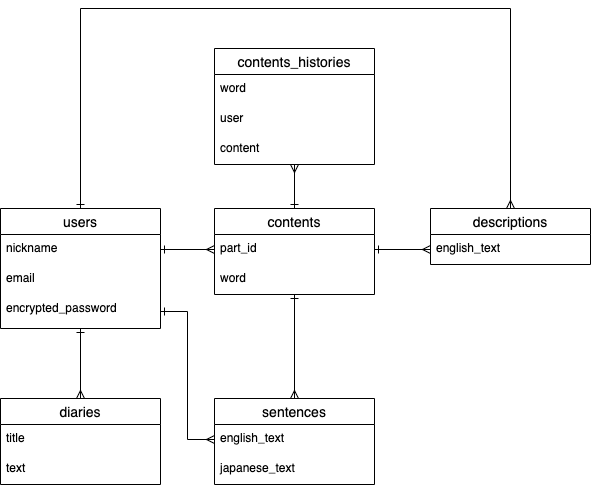
Earlier version of the draw.io export ER.drawio.png (Chukoto/wordstock). Source tidied: cells renumbered, new cells last; positions are measured from the earlier drawing's top-left corner, leaving out a move shared by most shapes.
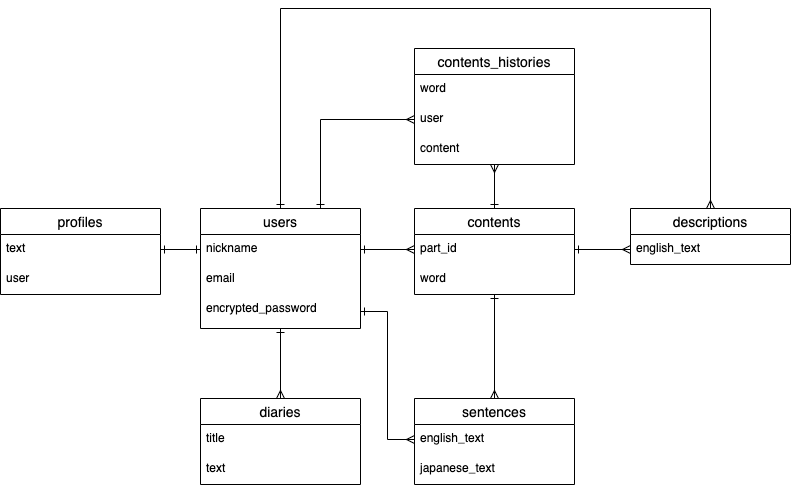
After the commit.

Commit message:
er図の編集（profilesテーブルの作成）

Change to the diagram source:
```diff
@@ -10,6 +10,9 @@
         </Array>
       </mxGeometry>
     </mxCell>
+    <mxCell id="28" style="edgeStyle=orthogonalEdgeStyle;rounded=0;jettySize=auto;html=1;exitX=0.75;exitY=0;exitDx=0;exitDy=0;entryX=0;entryY=0.5;entryDx=0;entryDy=0;startArrow=ERone;startFill=0;endArrow=ERmany;endFill=0;" parent="1" edge="1" source="3" target="26">
+      <mxGeometry relative="1" as="geometry" />
+    </mxCell>
     <mxCell id="3" value="users" style="swimlane;fontStyle=0;horizontal=1;startSize=26;align=center;fontSize=14;" parent="1" vertex="1">
       <mxGeometry y="200" width="160" height="120" as="geometry" />
     </mxCell>
@@ -90,5 +93,22 @@
     <mxCell id="27" value="content" style="text;strokeColor=none;fillColor=none;spacingLeft=4;spacingRight=4;overflow=hidden;fontSize=12;" parent="24" vertex="1">
       <mxGeometry y="86" width="160" height="30" as="geometry" />
     </mxCell>
+    <mxCell id="29" value="profiles" style="swimlane;fontStyle=0;horizontal=1;startSize=26;align=center;fontSize=14;" parent="1" vertex="1">
+      <mxGeometry x="-200" y="200" width="160" height="86" as="geometry" />
+    </mxCell>
+    <mxCell id="30" value="text" style="text;strokeColor=none;fillColor=none;spacingLeft=4;spacingRight=4;overflow=hidden;points=[[0,0.5],[1,0.5]];portConstraint=eastwest;fontSize=12;" parent="29" vertex="1">
+      <mxGeometry y="26" width="160" height="30" as="geometry" />
+    </mxCell>
+    <mxCell id="31" value="user" style="text;strokeColor=none;fillColor=none;spacingLeft=4;spacingRight=4;overflow=hidden;fontSize=12;" parent="29" vertex="1">
+      <mxGeometry y="56" width="160" height="30" as="geometry" />
+    </mxCell>
+    <mxCell id="32" style="edgeStyle=orthogonalEdgeStyle;rounded=0;jettySize=auto;html=1;exitX=1;exitY=0.5;exitDx=0;exitDy=0;endArrow=ERone;endFill=0;startArrow=ERone;startFill=0;" parent="1" edge="1" source="30">
+      <mxGeometry relative="1" as="geometry">
+        <mxPoint y="241" as="targetPoint" />
+        <Array as="points">
+          <mxPoint y="241" />
+        </Array>
+      </mxGeometry>
+    </mxCell>
   </root>
 </mxGraphModel>
```
